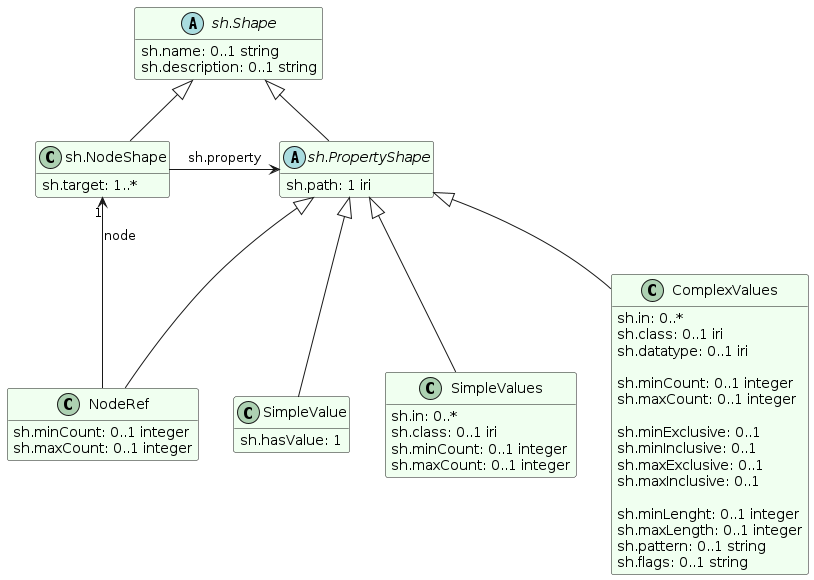
This is out/img/imf-overview-types.png from imf-lab/imf-ontology-semweb, a PlantUML export, as it was before one commit. The source it was exported from:
```plantuml
@startuml
hide empty members

skinparam class {
 BackgroundColor HoneyDew
 BackgroundColor<< RDL >> SeaShell
 BackgroundColor<< Type >> LightCyan
}



set separator none

abstract class sh.Shape {
  sh.name: 0..1 string
  sh.description: 0..1 string
}

sh.Shape <|-- sh.NodeShape
sh.Shape <|-- sh.PropertyShape

class sh.NodeShape {
  sh.target: 1..*
}

sh.NodeShape -right-> sh.PropertyShape : sh.property

abstract class sh.PropertyShape {
  sh.path: 1 iri
}

class SimpleValue {
  sh.hasValue: 1
}
sh.PropertyShape <|-- SimpleValue


class SimpleValues {
  sh.in: 0..*
  sh.class: 0..1 iri
  sh.minCount: 0..1 integer
  sh.maxCount: 0..1 integer
}
sh.PropertyShape <|-- SimpleValues

class NodeRef {
  sh.minCount: 0..1 integer
  sh.maxCount: 0..1 integer
}
sh.PropertyShape <|-- NodeRef
NodeRef --> "1" sh.NodeShape : node

class ComplexValues {
  sh.in: 0..*
  sh.class: 0..1 iri
  sh.datatype: 0..1 iri

  sh.minCount: 0..1 integer
  sh.maxCount: 0..1 integer

  sh.minExclusive: 0..1
  sh.minInclusive: 0..1
  sh.maxExclusive: 0..1
  sh.maxInclusive: 0..1

  sh.minLenght: 0..1 integer
  sh.maxLength: 0..1 integer
  sh.pattern: 0..1 string
  sh.flags: 0..1 string
}
sh.PropertyShape <|-- ComplexValues

@enduml
```
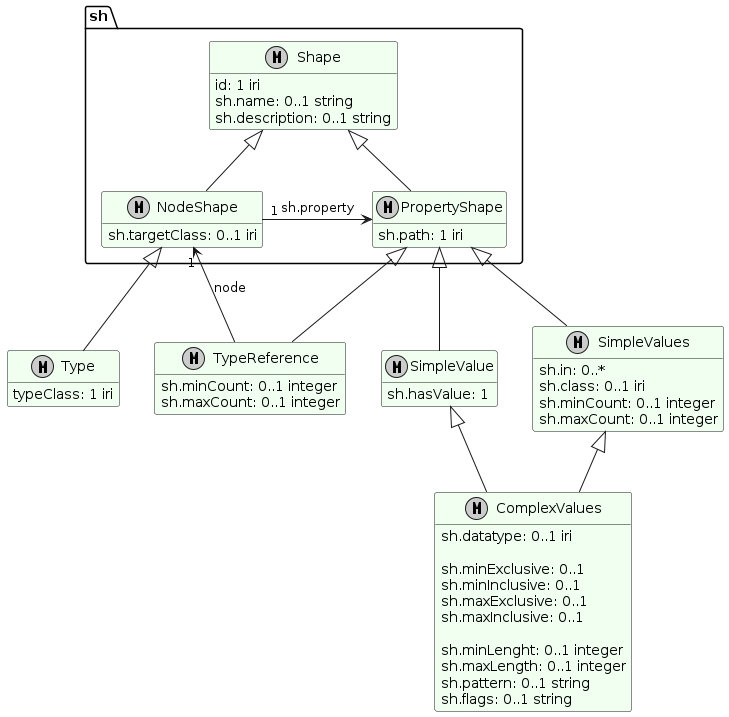
Later version of the same file.

Diff of the diagram source:
```diff
@@ -9,54 +9,42 @@
 
 
 
-set separator none
-
-abstract class sh.Shape {
+metaclass sh.Shape {
+  id: 1 iri
   sh.name: 0..1 string
   sh.description: 0..1 string
 }
 
-sh.Shape <|-- sh.NodeShape
-sh.Shape <|-- sh.PropertyShape
-
-class sh.NodeShape {
-  sh.target: 1..*
+metaclass sh.NodeShape {
+  sh.targetClass: 0..1 iri
 }
 
-sh.NodeShape -right-> sh.PropertyShape : sh.property
-
-abstract class sh.PropertyShape {
+metaclass sh.PropertyShape {
   sh.path: 1 iri
 }
 
-class SimpleValue {
+metaclass Type {
+  typeClass: 1 iri
+}
+
+metaclass SimpleValue {
   sh.hasValue: 1
 }
-sh.PropertyShape <|-- SimpleValue
 
-
-class SimpleValues {
+metaclass SimpleValues {
   sh.in: 0..*
   sh.class: 0..1 iri
   sh.minCount: 0..1 integer
   sh.maxCount: 0..1 integer
 }
-sh.PropertyShape <|-- SimpleValues
 
-class NodeRef {
+metaclass TypeReference {
   sh.minCount: 0..1 integer
   sh.maxCount: 0..1 integer
 }
-sh.PropertyShape <|-- NodeRef
-NodeRef --> "1" sh.NodeShape : node
 
-class ComplexValues {
-  sh.in: 0..*
-  sh.class: 0..1 iri
+metaclass ComplexValues {
   sh.datatype: 0..1 iri
-
-  sh.minCount: 0..1 integer
-  sh.maxCount: 0..1 integer
 
   sh.minExclusive: 0..1
   sh.minInclusive: 0..1
@@ -68,6 +56,20 @@
   sh.pattern: 0..1 string
   sh.flags: 0..1 string
 }
-sh.PropertyShape <|-- ComplexValues
+
+sh.Shape <|-- sh.NodeShape
+sh.Shape <|-- sh.PropertyShape
+
+sh.NodeShape <|-- Type
+
+sh.PropertyShape <|-- SimpleValue
+sh.PropertyShape <|-- SimpleValues
+sh.PropertyShape <|-- TypeReference
+
+SimpleValue <|-- ComplexValues
+SimpleValues <|-- ComplexValues
+
+sh.NodeShape "1" -right-> sh.PropertyShape : sh.property
+TypeReference --> "1" sh.NodeShape : node
 
 @enduml
```
